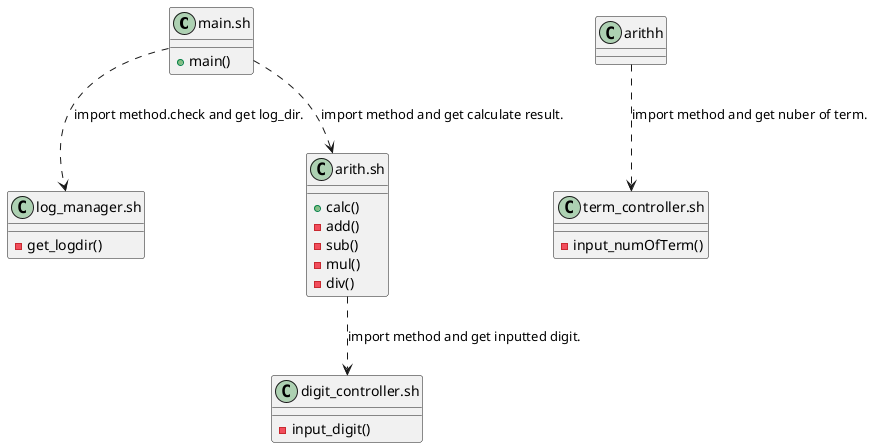
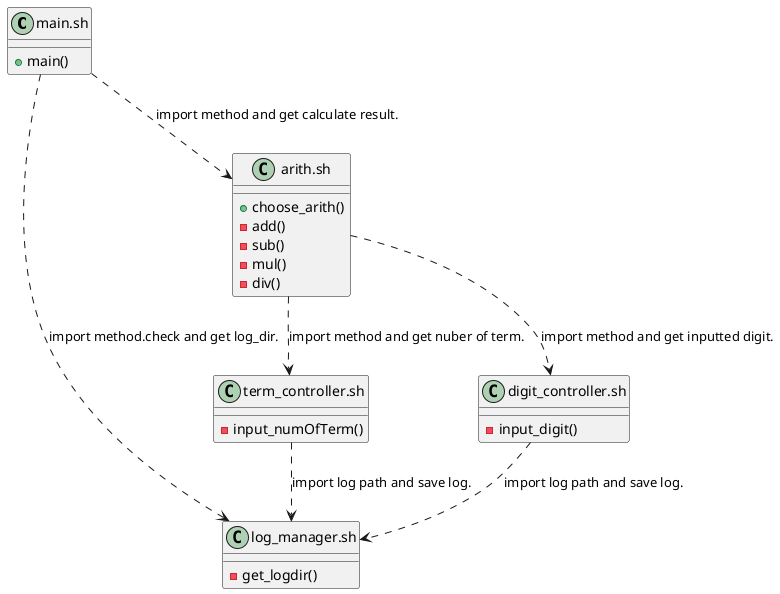
@startuml
	class "main.sh" as main {
		+ main()
	}
	class "log_manager.sh" as log {
		- get_logdir()
	}
	class "term_controller.sh" as term {
		- input_numOfTerm()
	}
	class "digit_controller.sh" as digit {
		- input_digit()
	}
	class "arith.sh" as arith {
- 		+ calc()
+ 		+ choose_arith()
		- add()
		- sub()
		- mul()
		- div()
	}

main ..> log: import method.check and get log_dir.
- arithh ..> term: import method and get nuber of term.
+ arith ..> term: import method and get nuber of term.
arith ..> digit: import method and get inputted digit.
main ..> arith: import method and get calculate result.
+ term ..> log: import log path and save log.
+ digit ..> log: import log path and save log.
@enduml
